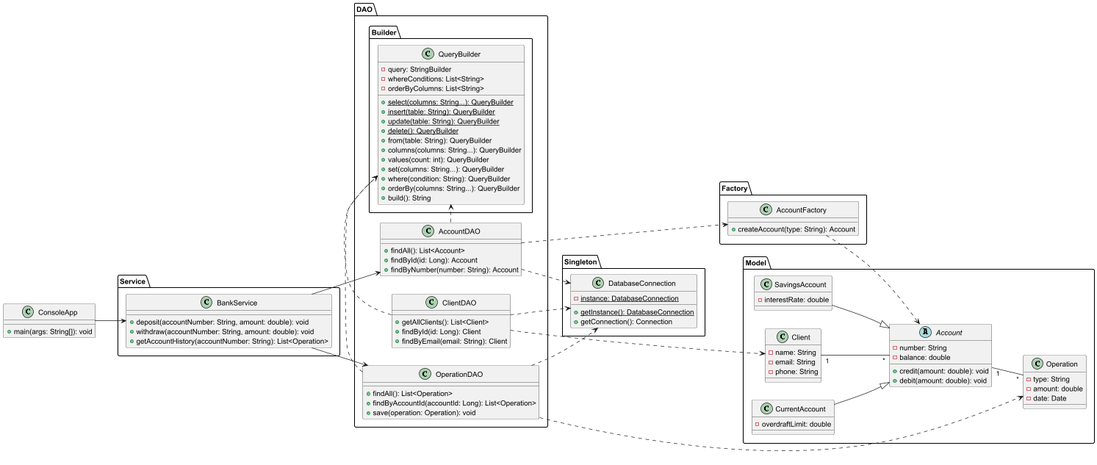
This is docs/Class/ClassDiagram.png from john7440/Tp-Bank-Design-Pattern, a PlantUML export, as it was before one commit.
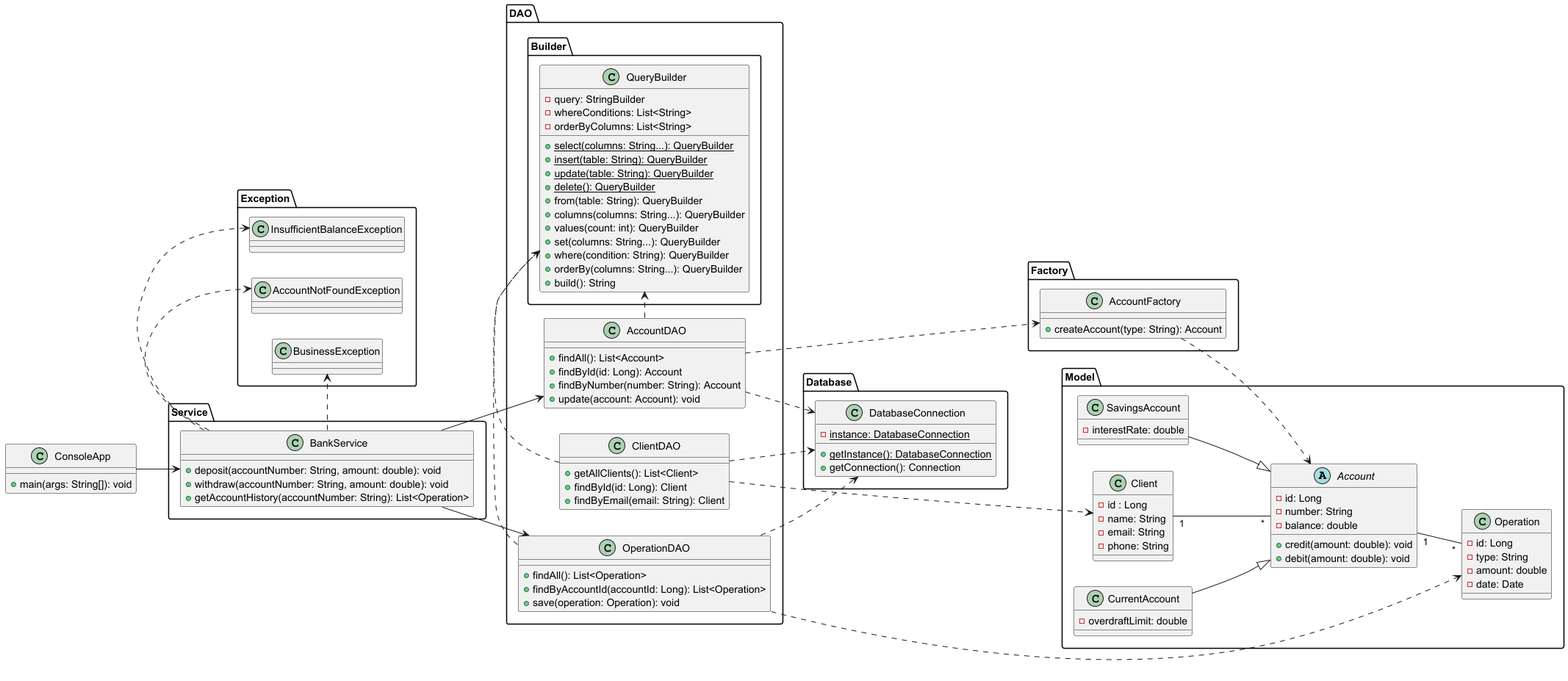
After the change.

Change to the diagram source:
```diff
@@ -4,12 +4,14 @@
 
 package "Model" {
     class Client {
+        - id : Long
         - name: String
         - email: String
         - phone: String
     }
 
     abstract class Account {
+        - id: Long
         - number: String
         - balance: double
         + credit(amount: double): void
@@ -24,6 +26,7 @@
     }
 
     class Operation {
+        - id: Long
         - type: String
         - amount: double
         - date: Date
@@ -52,10 +55,11 @@
             + findAll(): List<Account>
             + findById(id: Long): Account
             + findByNumber(number: String): Account
+            + update(account: Account): void
         }
 }
 
-package Singleton{
+package Database{
     class DatabaseConnection {
         - {static} instance: DatabaseConnection
         + {static} getInstance(): DatabaseConnection
@@ -66,6 +70,15 @@
 package Factory{
     class AccountFactory {
         + createAccount(type: String): Account
+    }
+}
+
+package Exception {
+    class AccountNotFoundException{
+    }
+    class BusinessException{
+    }
+    class InsufficientBalanceException{
     }
 }
 
@@ -114,5 +127,8 @@
 BankService --> AccountDAO
 BankService --> OperationDAO
 ConsoleApp --> BankService
+BankService .> AccountNotFoundException
+BankService .> BusinessException
+BankService .> InsufficientBalanceException
 
 @enduml
```
